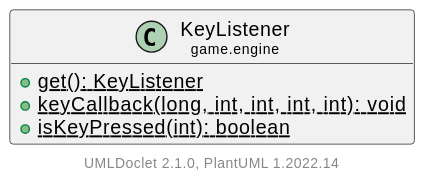
Hirschiii/JavaGameEngine keeps this PlantUML diagram as doc/javadoc/game/engine/KeyListener.svg. Above is the earlier version. The source it was exported from:
```plantuml
@startuml
    set namespaceSeparator none
    hide empty fields
    hide empty methods

    class "<size:14>KeyListener\n<size:10>game.engine" as game.engine.KeyListener [[KeyListener.html]] {
        {static} +get(): KeyListener
        {static} +keyCallback(long, int, int, int, int): void
        {static} +isKeyPressed(int): boolean
    }

    center footer UMLDoclet 2.1.0, PlantUML %version()
@enduml
```
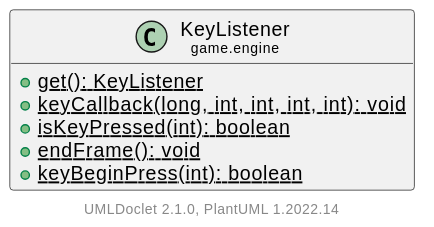
After the change.

Diff of the diagram source:
```diff
@@ -7,6 +7,8 @@
         {static} +get(): KeyListener
         {static} +keyCallback(long, int, int, int, int): void
         {static} +isKeyPressed(int): boolean
+        {static} +endFrame(): void
+        {static} +keyBeginPress(int): boolean
     }
 
     center footer UMLDoclet 2.1.0, PlantUML %version()
```
